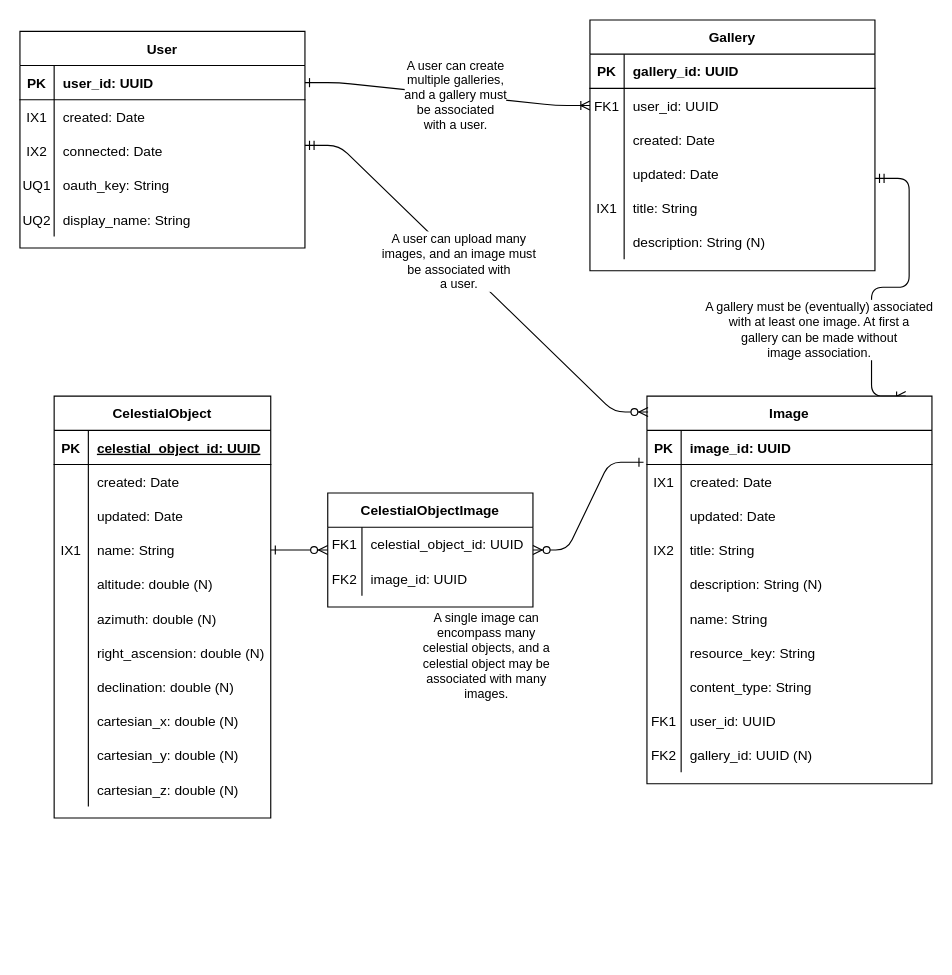
Above: docs/work/erd.drawio in north-star-sharing/north-star-sharing.github.io (draw.io), before the change. Source tidied: cells renumbered, new cells numbered last; positions are measured from the earlier drawing's top-left corner, leaving out a move shared by most shapes. Both pictures are drawn from the tidied source at 114%, with x=0, y=0 at pixel (19, 19).
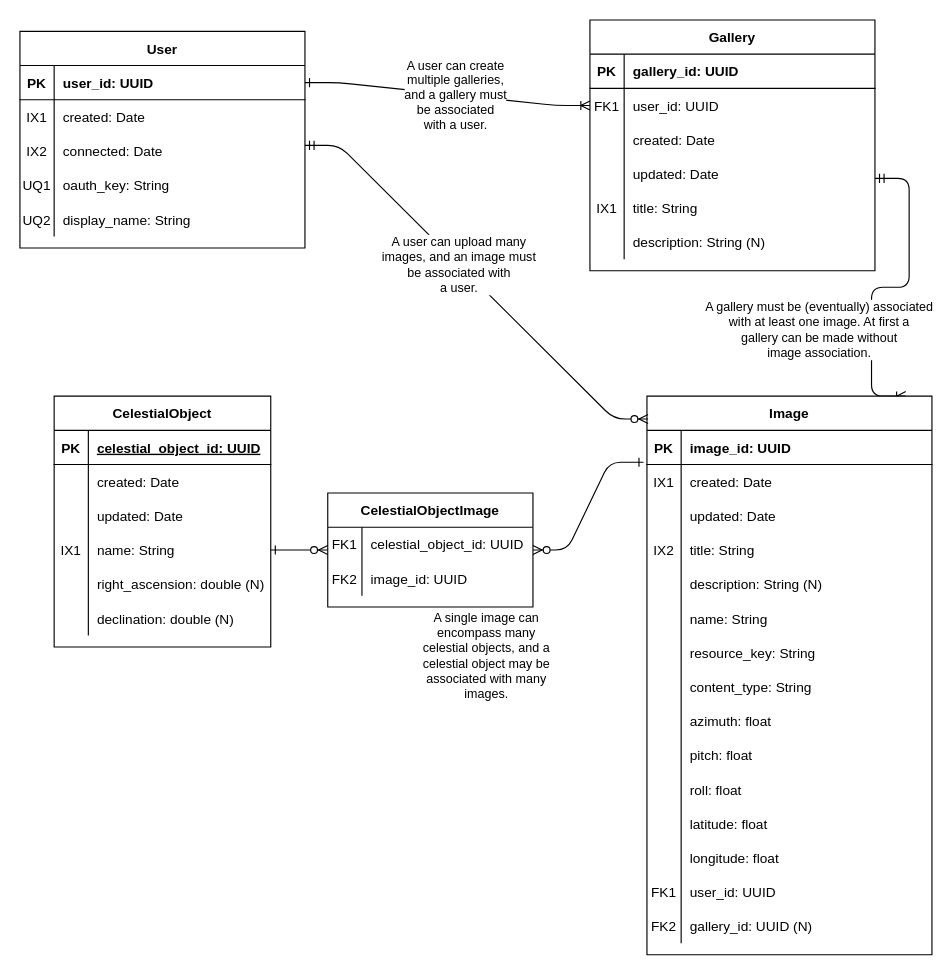
The same diagram, later.

Commit message (it also covers changes not shown here):
Added fields to ERD Image entity.

What changed in the source:
```diff
@@
     <mxCell id="25" value="Image" style="shape=table;startSize=30;childLayout=tableLayout;rowLines=0;fontStyle=1;align=center;" parent="1" vertex="1">
-      <mxGeometry x="550" y="330" width="250" height="340" as="geometry" />
+      <mxGeometry x="550" y="330" width="250" height="490" as="geometry" />
     </mxCell>
@@
+    <mxCell id="118" style="shape=partialRectangle;fillColor=none;top=0;left=0;right=0;bottom=0;" parent="25" vertex="1">
+      <mxGeometry y="270" width="250" height="30" as="geometry" />
+    </mxCell>
+    <mxCell id="119" style="shape=partialRectangle;overflow=hidden;fillColor=none;top=0;left=0;bottom=0;right=0;" parent="118" vertex="1">
+      <mxGeometry width="30" height="30" as="geometry" />
+    </mxCell>
+    <mxCell id="120" value="azimuth: float" style="shape=partialRectangle;overflow=hidden;fillColor=none;top=0;left=0;bottom=0;right=0;align=left;spacingLeft=6;" parent="118" vertex="1">
+      <mxGeometry x="30" width="220" height="30" as="geometry" />
+    </mxCell>
+    <mxCell id="121" style="shape=partialRectangle;fillColor=none;top=0;left=0;right=0;bottom=0;" parent="25" vertex="1">
+      <mxGeometry y="300" width="250" height="30" as="geometry" />
+    </mxCell>
+    <mxCell id="122" style="shape=partialRectangle;overflow=hidden;fillColor=none;top=0;left=0;bottom=0;right=0;" parent="121" vertex="1">
+      <mxGeometry width="30" height="30" as="geometry" />
+    </mxCell>
+    <mxCell id="123" value="pitch: float" style="shape=partialRectangle;overflow=hidden;fillColor=none;top=0;left=0;bottom=0;right=0;align=left;spacingLeft=6;" parent="121" vertex="1">
+      <mxGeometry x="30" width="220" height="30" as="geometry" />
+    </mxCell>
+    <mxCell id="124" style="shape=partialRectangle;fillColor=none;top=0;left=0;right=0;bottom=0;" parent="25" vertex="1">
+      <mxGeometry y="330" width="250" height="30" as="geometry" />
+    </mxCell>
+    <mxCell id="125" style="shape=partialRectangle;overflow=hidden;fillColor=none;top=0;left=0;bottom=0;right=0;" parent="124" vertex="1">
+      <mxGeometry width="30" height="30" as="geometry" />
+    </mxCell>
+    <mxCell id="126" value="roll: float" style="shape=partialRectangle;overflow=hidden;fillColor=none;top=0;left=0;bottom=0;right=0;align=left;spacingLeft=6;" parent="124" vertex="1">
+      <mxGeometry x="30" width="220" height="30" as="geometry" />
+    </mxCell>
+    <mxCell id="127" style="shape=partialRectangle;fillColor=none;top=0;left=0;right=0;bottom=0;" parent="25" vertex="1">
+      <mxGeometry y="360" width="250" height="30" as="geometry" />
+    </mxCell>
+    <mxCell id="128" style="shape=partialRectangle;overflow=hidden;fillColor=none;top=0;left=0;bottom=0;right=0;" parent="127" vertex="1">
+      <mxGeometry width="30" height="30" as="geometry" />
+    </mxCell>
+    <mxCell id="129" value="latitude: float" style="shape=partialRectangle;overflow=hidden;fillColor=none;top=0;left=0;bottom=0;right=0;align=left;spacingLeft=6;" parent="127" vertex="1">
+      <mxGeometry x="30" width="220" height="30" as="geometry" />
+    </mxCell>
+    <mxCell id="130" style="shape=partialRectangle;fillColor=none;top=0;left=0;right=0;bottom=0;" parent="25" vertex="1">
+      <mxGeometry y="390" width="250" height="30" as="geometry" />
+    </mxCell>
+    <mxCell id="131" style="shape=partialRectangle;overflow=hidden;fillColor=none;top=0;left=0;bottom=0;right=0;" parent="130" vertex="1">
+      <mxGeometry width="30" height="30" as="geometry" />
+    </mxCell>
+    <mxCell id="132" value="longitude: float" style="shape=partialRectangle;overflow=hidden;fillColor=none;top=0;left=0;bottom=0;right=0;align=left;spacingLeft=6;" parent="130" vertex="1">
+      <mxGeometry x="30" width="220" height="30" as="geometry" />
+    </mxCell>
     <mxCell id="50" style="shape=partialRectangle;fillColor=none;top=0;left=0;right=0;bottom=0;" parent="25" vertex="1">
-      <mxGeometry y="270" width="250" height="30" as="geometry" />
+      <mxGeometry y="420" width="250" height="30" as="geometry" />
     </mxCell>
@@
     <mxCell id="53" style="shape=partialRectangle;fillColor=none;top=0;left=0;right=0;bottom=0;" parent="25" vertex="1">
-      <mxGeometry y="300" width="250" height="30" as="geometry" />
+      <mxGeometry y="450" width="250" height="30" as="geometry" />
     </mxCell>
@@
     <mxCell id="74" value="CelestialObject" style="shape=table;startSize=30;childLayout=tableLayout;rowLines=0;fontStyle=1;align=center;" parent="1" vertex="1">
-      <mxGeometry x="30" y="330" width="190" height="370" as="geometry" />
+      <mxGeometry x="30" y="330" width="190" height="220" as="geometry" />
     </mxCell>
@@
-    <mxCell id="87" style="shape=partialRectangle;fillColor=none;top=0;left=0;right=0;bottom=0;" parent="74" vertex="1">
-      <mxGeometry y="150" width="190" height="30" as="geometry" />
-    </mxCell>
-    <mxCell id="88" style="shape=partialRectangle;overflow=hidden;fillColor=none;top=0;left=0;bottom=0;right=0;" parent="87" vertex="1">
-      <mxGeometry width="30" height="30" as="geometry" />
-    </mxCell>
-    <mxCell id="89" value="altitude: double (N)" style="shape=partialRectangle;overflow=hidden;fillColor=none;top=0;left=0;bottom=0;right=0;align=left;spacingLeft=6;" parent="87" vertex="1">
-      <mxGeometry x="30" width="160" height="30" as="geometry" />
-    </mxCell>
-    <mxCell id="90" style="shape=partialRectangle;fillColor=none;top=0;left=0;right=0;bottom=0;" parent="74" vertex="1">
-      <mxGeometry y="180" width="190" height="30" as="geometry" />
-    </mxCell>
-    <mxCell id="91" style="shape=partialRectangle;overflow=hidden;fillColor=none;top=0;left=0;bottom=0;right=0;" parent="90" vertex="1">
-      <mxGeometry width="30" height="30" as="geometry" />
-    </mxCell>
-    <mxCell id="92" value="azimuth: double (N)" style="shape=partialRectangle;overflow=hidden;fillColor=none;top=0;left=0;bottom=0;right=0;align=left;spacingLeft=6;" parent="90" vertex="1">
-      <mxGeometry x="30" width="160" height="30" as="geometry" />
-    </mxCell>
     <mxCell id="93" style="shape=partialRectangle;fillColor=none;top=0;left=0;right=0;bottom=0;" parent="74" vertex="1">
-      <mxGeometry y="210" width="190" height="30" as="geometry" />
+      <mxGeometry y="150" width="190" height="30" as="geometry" />
     </mxCell>
@@
     <mxCell id="96" style="shape=partialRectangle;fillColor=none;top=0;left=0;right=0;bottom=0;" parent="74" vertex="1">
-      <mxGeometry y="240" width="190" height="30" as="geometry" />
+      <mxGeometry y="180" width="190" height="30" as="geometry" />
     </mxCell>
@@
-    <mxCell id="99" style="shape=partialRectangle;fillColor=none;top=0;left=0;right=0;bottom=0;" parent="74" vertex="1">
-      <mxGeometry y="270" width="190" height="30" as="geometry" />
-    </mxCell>
-    <mxCell id="100" style="shape=partialRectangle;overflow=hidden;fillColor=none;top=0;left=0;bottom=0;right=0;" parent="99" vertex="1">
-      <mxGeometry width="30" height="30" as="geometry" />
-    </mxCell>
-    <mxCell id="101" value="cartesian_x: double (N)" style="shape=partialRectangle;overflow=hidden;fillColor=none;top=0;left=0;bottom=0;right=0;align=left;spacingLeft=6;" parent="99" vertex="1">
-      <mxGeometry x="30" width="160" height="30" as="geometry" />
-    </mxCell>
-    <mxCell id="102" style="shape=partialRectangle;fillColor=none;top=0;left=0;right=0;bottom=0;" parent="74" vertex="1">
-      <mxGeometry y="300" width="190" height="30" as="geometry" />
-    </mxCell>
-    <mxCell id="103" style="shape=partialRectangle;overflow=hidden;fillColor=none;top=0;left=0;bottom=0;right=0;" parent="102" vertex="1">
-      <mxGeometry width="30" height="30" as="geometry" />
-    </mxCell>
-    <mxCell id="104" value="cartesian_y: double (N)" style="shape=partialRectangle;overflow=hidden;fillColor=none;top=0;left=0;bottom=0;right=0;align=left;spacingLeft=6;" parent="102" vertex="1">
-      <mxGeometry x="30" width="160" height="30" as="geometry" />
-    </mxCell>
-    <mxCell id="105" style="shape=partialRectangle;fillColor=none;top=0;left=0;right=0;bottom=0;" parent="74" vertex="1">
-      <mxGeometry y="330" width="190" height="30" as="geometry" />
-    </mxCell>
-    <mxCell id="106" style="shape=partialRectangle;overflow=hidden;fillColor=none;top=0;left=0;bottom=0;right=0;" parent="105" vertex="1">
-      <mxGeometry width="30" height="30" as="geometry" />
-    </mxCell>
-    <mxCell id="107" value="cartesian_z: double (N)" style="shape=partialRectangle;overflow=hidden;fillColor=none;top=0;left=0;bottom=0;right=0;align=left;spacingLeft=6;" parent="105" vertex="1">
-      <mxGeometry x="30" width="160" height="30" as="geometry" />
-    </mxCell>
```
